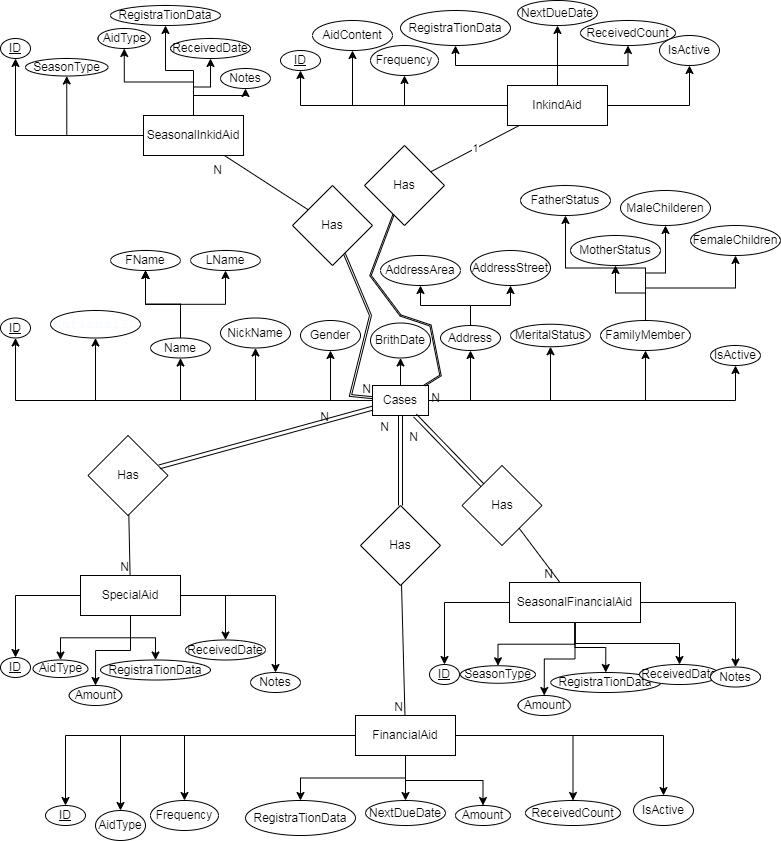
This is DataBase/ERD.png from mohamedhany108/Ehsan, a draw.io export, as it was before one commit. Source tidied: cells renumbered, new cells last; positions are measured from the earlier drawing's top-left corner, leaving out a move shared by most shapes.
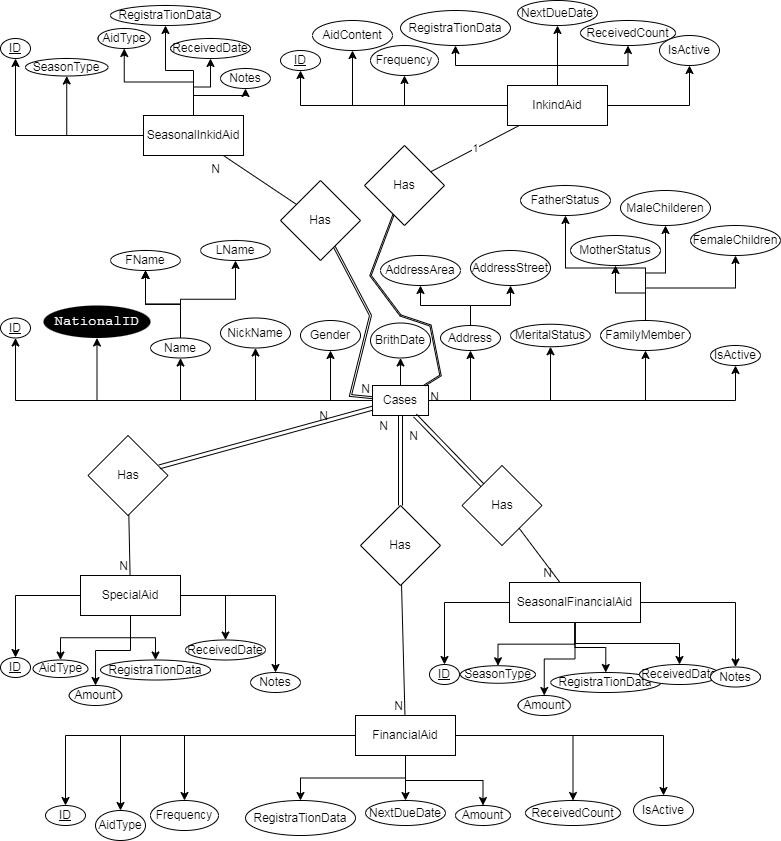
After the change.

The edit, as a diff of the source:
```diff
@@ -38,8 +38,8 @@
     <mxCell id="13" value="&lt;u&gt;ID&lt;/u&gt;" style="ellipse;whiteSpace=wrap;html=1;rounded=0;rotation=0;" parent="1" vertex="1">
       <mxGeometry y="317.5" width="30" height="20" as="geometry" />
     </mxCell>
-    <mxCell id="14" value="&lt;span style=&quot;color: rgb(248, 250, 255); font-family: Menlo, &amp;quot;Roboto Mono&amp;quot;, &amp;quot;Courier New&amp;quot;, Courier, monospace, Inter, sans-serif; font-size: 14.0018px; text-align: left;&quot;&gt;NationalID&lt;/span&gt;" style="ellipse;whiteSpace=wrap;html=1;rounded=0;" parent="1" vertex="1">
-      <mxGeometry x="50" y="310" width="90" height="27.5" as="geometry" />
+    <mxCell id="14" value="&lt;span style=&quot;color: rgb(248, 250, 255); font-family: Menlo, &amp;quot;Roboto Mono&amp;quot;, &amp;quot;Courier New&amp;quot;, Courier, monospace, Inter, sans-serif; font-size: 14.0018px; text-align: left;&quot;&gt;NationalID&lt;/span&gt;" style="ellipse;whiteSpace=wrap;html=1;rounded=0;labelBackgroundColor=none;gradientColor=none;strokeColor=light-dark(default, #ffffff);fillColor=light-dark(default, #ffffff);" parent="1" vertex="1">
+      <mxGeometry x="43" y="305" width="107" height="32.5" as="geometry" />
     </mxCell>
     <mxCell id="15" style="edgeStyle=orthogonalEdgeStyle;rounded=0;jettySize=auto;html=1;" parent="1" edge="1" source="19" target="20">
       <mxGeometry relative="1" as="geometry" />
@@ -60,7 +60,7 @@
       <mxGeometry x="110" y="250" width="70" height="20" as="geometry" />
     </mxCell>
     <mxCell id="21" value="LName" style="ellipse;whiteSpace=wrap;html=1;rounded=0;" parent="1" vertex="1">
-      <mxGeometry x="190" y="250" width="70" height="20" as="geometry" />
+      <mxGeometry x="200" y="240" width="70" height="20" as="geometry" />
     </mxCell>
     <mxCell id="22" value="NickName" style="ellipse;whiteSpace=wrap;html=1;rounded=0;" parent="1" vertex="1">
       <mxGeometry x="220" y="317.5" width="70" height="30" as="geometry" />
@@ -407,7 +407,7 @@
       <mxGeometry x="220" y="68" width="50" height="20" as="geometry" />
     </mxCell>
     <mxCell id="131" value="Has" style="rhombus;whiteSpace=wrap;html=1;" parent="1" vertex="1">
-      <mxGeometry x="292" y="185" width="80" height="80" as="geometry" />
+      <mxGeometry x="280" y="180" width="80" height="80" as="geometry" />
     </mxCell>
     <mxCell id="132" style="shape=link;html=1;rounded=0;fontFamily=Helvetica;fontSize=12;fontColor=default;width=-1.9402985074626873;" parent="1" edge="1" source="131" target="12">
       <mxGeometry relative="1" as="geometry">
```
